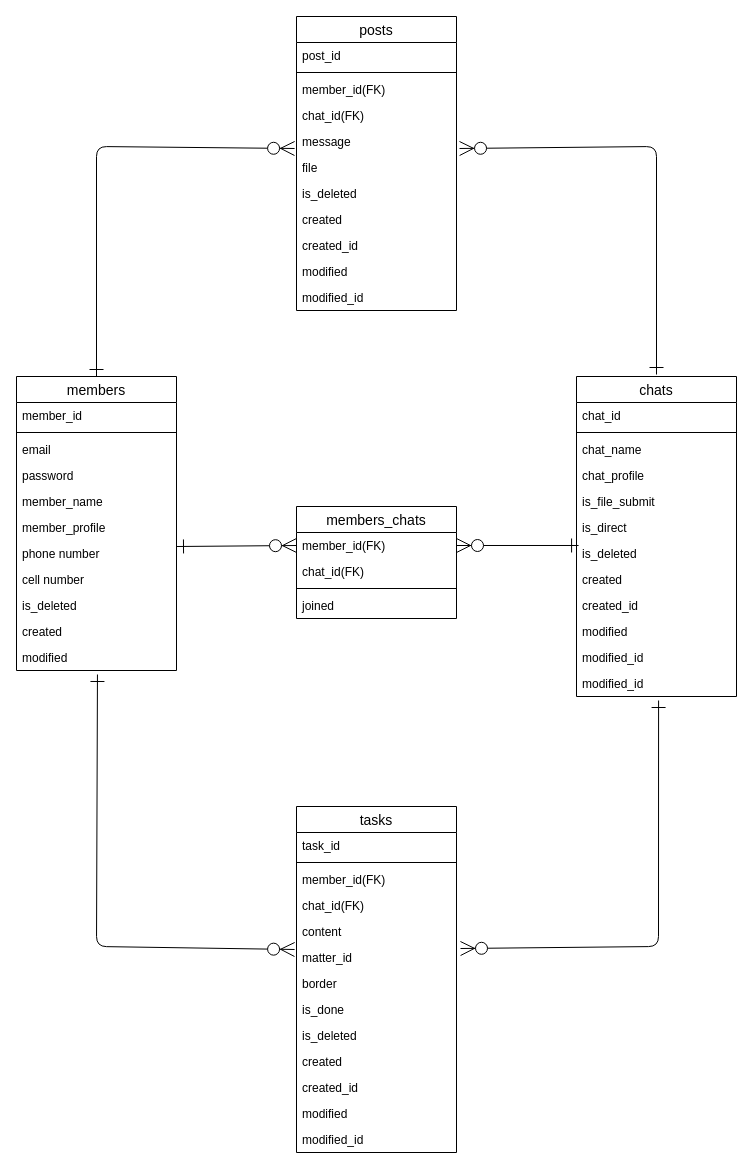
Before: db/db-challenge1/erd.drawio in ryoma-yama/quelcode-db, a draw.io diagram. Source tidied: cells renumbered, new cells numbered last; positions are measured from the earlier drawing's top-left corner, leaving out a move shared by most shapes. Both pictures are drawn from the tidied source at 100%, with x=0, y=0 at pixel (16, 16).
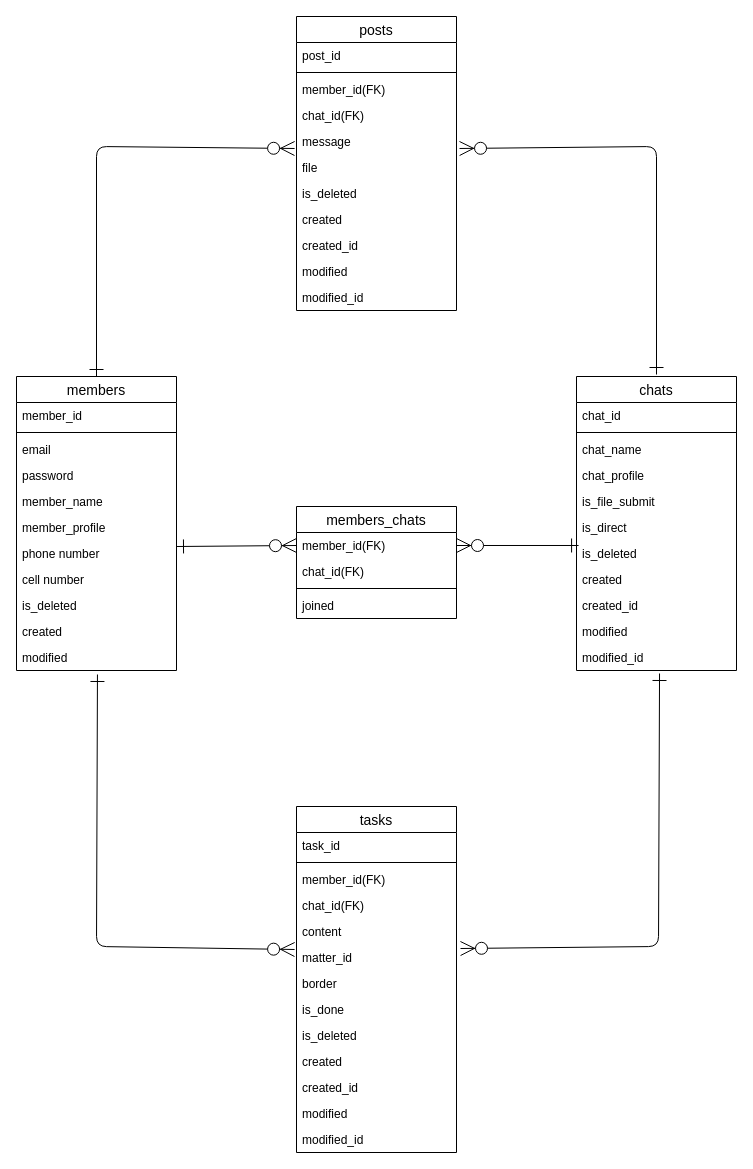
Above is the later version.

Commit message:
Remove: 余計な属性を除去

Unchanged cells that the change refers to:
```xml
<mxCell id="14" value="modified_id" style="text;strokeColor=none;fillColor=none;spacingLeft=4;spacingRight=4;overflow=hidden;points=[[0,0.5],[1,0.5]];portConstraint=eastwest;fontSize=12;" parent="3" vertex="1">
  <mxGeometry y="268" width="160" height="26" as="geometry" />
</mxCell>
<mxCell id="22" value="matter_id" style="text;strokeColor=none;fillColor=none;spacingLeft=4;spacingRight=4;overflow=hidden;points=[[0,0.5],[1,0.5]];portConstraint=eastwest;fontSize=12;" parent="16" vertex="1">
  <mxGeometry y="138" width="160" height="26" as="geometry" />
</mxCell>
```

Diff of the diagram source:
```diff
@@
     <mxCell id="3" value="chats" style="swimlane;fontStyle=0;horizontal=1;startSize=26;align=center;fontSize=14;" parent="1" vertex="1">
-      <mxGeometry x="560" y="360" width="160" height="320" as="geometry" />
+      <mxGeometry x="560" y="360" width="160" height="294" as="geometry" />
     </mxCell>
@@
-    <mxCell id="15" value="modified_id" style="text;strokeColor=none;fillColor=none;spacingLeft=4;spacingRight=4;overflow=hidden;points=[[0,0.5],[1,0.5]];portConstraint=eastwest;fontSize=12;" parent="3" vertex="1">
-      <mxGeometry y="294" width="160" height="26" as="geometry" />
-    </mxCell>
@@
-    <mxCell id="31" style="fontSize=12;html=1;endArrow=ERzeroToMany;endFill=1;startArrow=ERone;startFill=0;endSize=12;startSize=12;exitX=0.513;exitY=1.154;exitDx=0;exitDy=0;exitPerimeter=0;entryX=1.025;entryY=0.154;entryDx=0;entryDy=0;entryPerimeter=0;" parent="1" edge="1" source="15" target="22">
+    <mxCell id="31" style="fontSize=12;html=1;endArrow=ERzeroToMany;endFill=1;startArrow=ERone;startFill=0;endSize=12;startSize=12;entryX=1.025;entryY=0.154;entryDx=0;entryDy=0;entryPerimeter=0;exitX=0.519;exitY=1.115;exitDx=0;exitDy=0;exitPerimeter=0;" parent="1" edge="1" source="14" target="22">
       <mxGeometry relative="1" as="geometry">
         <Array as="points">
           <mxPoint x="642" y="930" />
         </Array>
       </mxGeometry>
     </mxCell>
```
